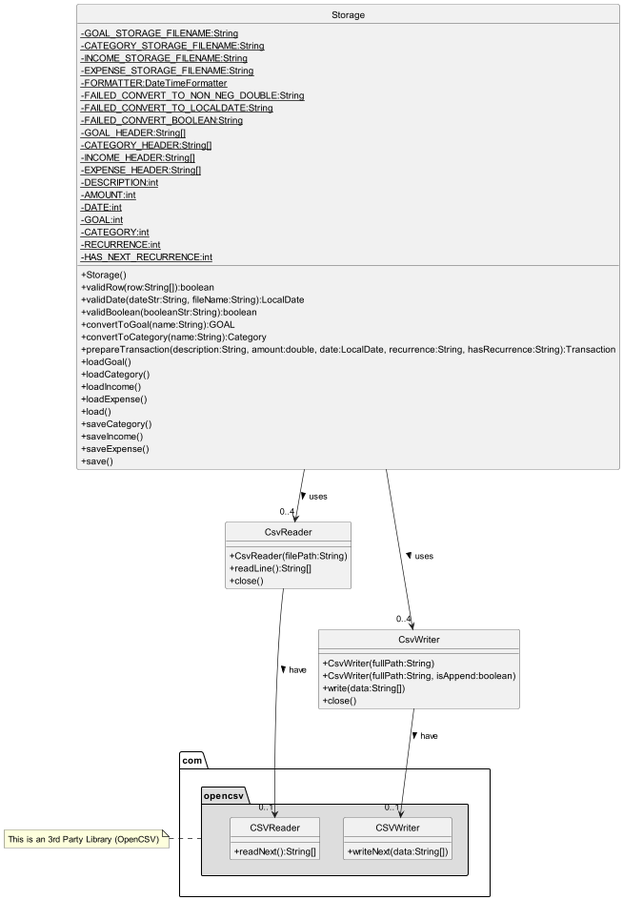
Above: docs/images/cs2113-storage-class.png in sRanay/tp (PlantUML), before the change. Its diagram source:
```plantuml
@startuml
hide circle
skinparam classAttributeIconSize 0
class Storage {
    - {static} GOAL_STORAGE_FILENAME:String
    - {static} CATEGORY_STORAGE_FILENAME:String
    - {static} INCOME_STORAGE_FILENAME:String
    - {static} EXPENSE_STORAGE_FILENAME:String
    - {static} FORMATTER:DateTimeFormatter
    - {static} FAILED_CONVERT_TO_NON_NEG_DOUBLE:String
    - {static} FAILED_CONVERT_TO_LOCALDATE:String
    - {static} FAILED_CONVERT_BOOLEAN:String
    - {static} GOAL_HEADER:String[]
    - {static} CATEGORY_HEADER:String[]
    - {static} INCOME_HEADER:String[]
    - {static} EXPENSE_HEADER:String[]
    - {static} DESCRIPTION:int
    - {static} AMOUNT:int
    - {static} DATE:int
    - {static} GOAL:int
    - {static} CATEGORY:int
    - {static} RECURRENCE:int
    - {static} HAS_NEXT_RECURRENCE:int
    + Storage()
    + validRow(row:String[]):boolean
    + validDate(dateStr:String, fileName:String):LocalDate
    + validBoolean(booleanStr:String):boolean
    + convertToGoal(name:String):GOAL
    + convertToCategory(name:String):Category
    + prepareTransaction(description:String, amount:double, date:LocalDate, recurrence:String, hasRecurrence:String):Transaction
    + loadGoal()
    + loadCategory()
    + loadIncome()
    + loadExpense()
    + load()
    + saveCategory()
    + saveIncome()
    + saveExpense()
    + save()
}

class CsvReader {
    + CsvReader(filePath:String)
    + readLine():String[]
    + close()
}

package "com.opencsv" #DDDDDD {
    class CSVReader {
        + readNext():String[]
    }
    class CSVWriter {
        + writeNext(data:String[])
    }
}

class CsvWriter {
    + CsvWriter(fullPath:String)
    + CsvWriter(fullPath:String, isAppend:boolean)
    + write(data:String[])
    + close()
}

CsvReader ---> "0..1" CSVReader : > have
CsvWriter --> "0..1" CSVWriter : > have

Storage --> "0..4" CsvReader : > uses
Storage --> "0..4" CsvWriter : > uses

note left of "com.opencsv"
    This is an 3rd Party Library (OpenCSV)
endnote
@enduml
```
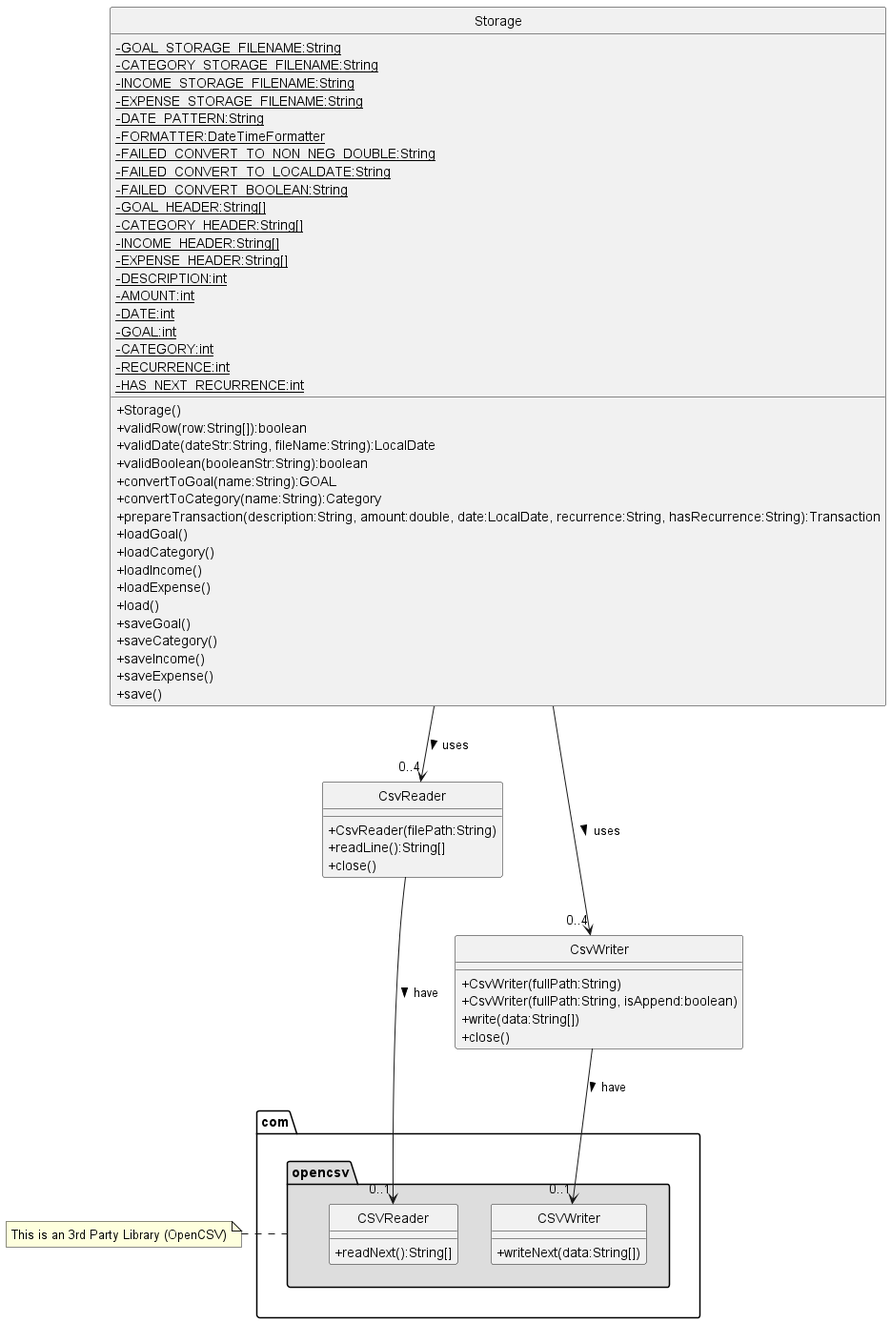
Above is the later version.

Commit message:
Fix missing method and variable for Storage class diagram

What changed in the source:
```diff
@@ -6,6 +6,7 @@
     - {static} CATEGORY_STORAGE_FILENAME:String
     - {static} INCOME_STORAGE_FILENAME:String
     - {static} EXPENSE_STORAGE_FILENAME:String
+    - {static} DATE_PATTERN:String
     - {static} FORMATTER:DateTimeFormatter
     - {static} FAILED_CONVERT_TO_NON_NEG_DOUBLE:String
     - {static} FAILED_CONVERT_TO_LOCALDATE:String
@@ -33,6 +34,7 @@
     + loadIncome()
     + loadExpense()
     + load()
+    + saveGoal()
     + saveCategory()
     + saveIncome()
     + saveExpense()
```
